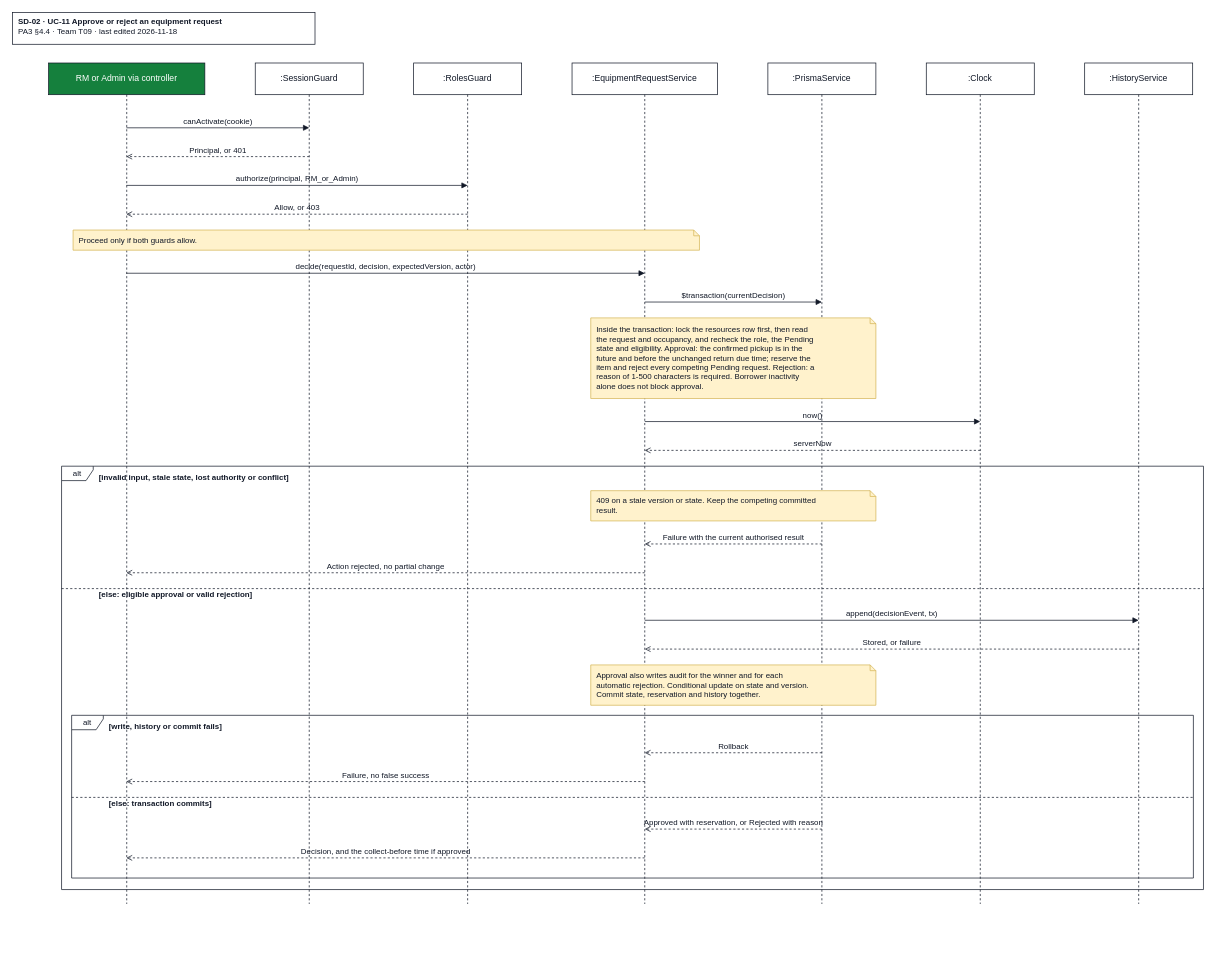
JuliaTrang/T09-CampusBorrow keeps this draw.io diagram as docs/design/diagrams/SD-02_uc11-approve-equipment.drawio. Above is the earlier version. Source tidied: cells renumbered, new cells numbered last; positions are measured from the earlier drawing's top-left corner, leaving out a move shared by most shapes. Both pictures are drawn from the tidied source at 72%, with x=0, y=0 at pixel (12, 12).
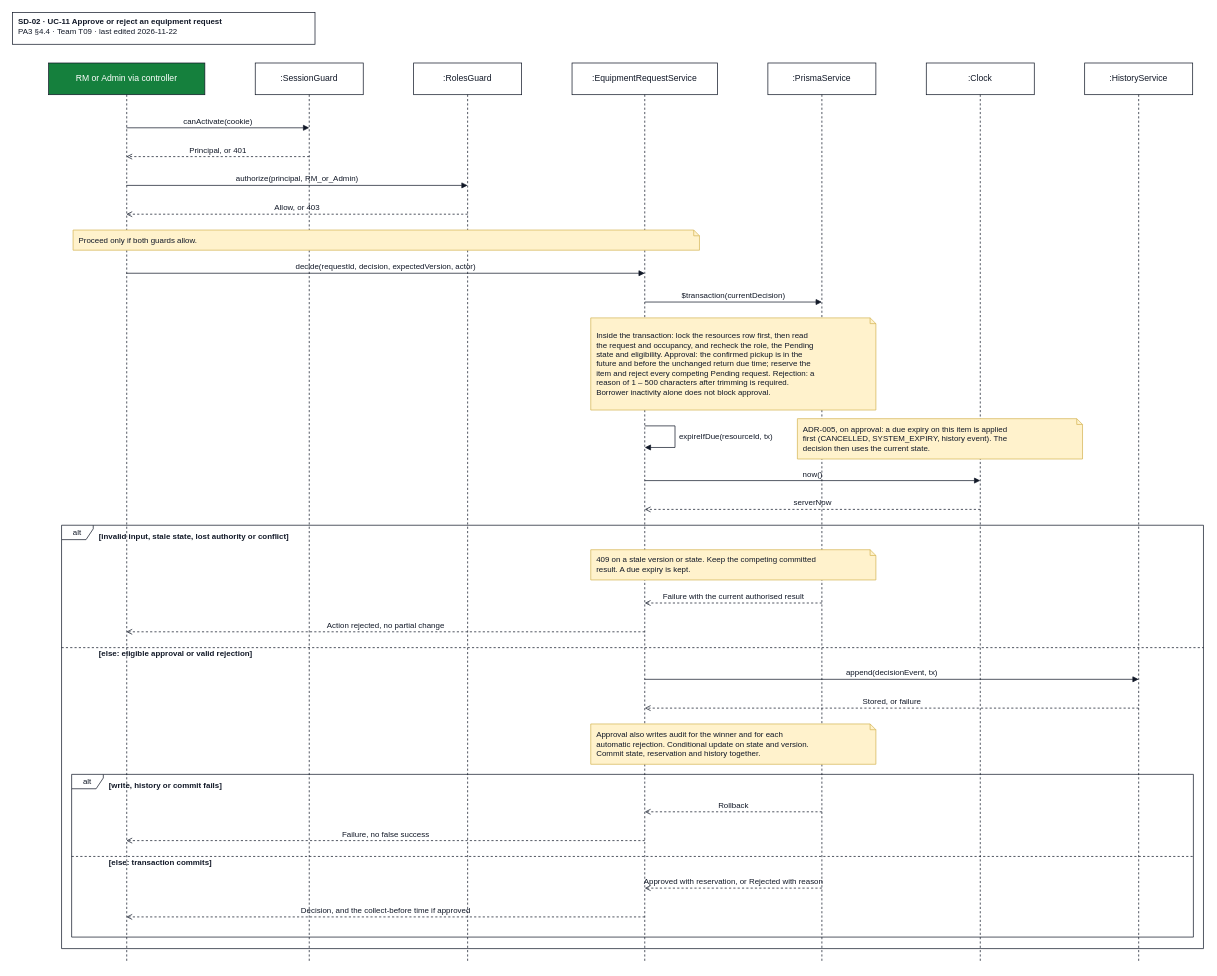
After the change.

What changed in the source:
```diff
@@
-    <mxCell id="2" value="&lt;b&gt;SD-02 · UC-11 Approve or reject an equipment request&lt;/b&gt;&lt;br&gt;PA3 §4.4 · Team T09 · last edited 2026-11-18" style="rounded=0;whiteSpace=wrap;html=1;align=left;verticalAlign=top;spacingLeft=6;strokeColor=#111827;fillColor=#ffffff;fontFamily=Arial;fontSize=11;fontColor=#111827;" parent="1" vertex="1">
+    <mxCell id="2" value="&lt;b&gt;SD-02 · UC-11 Approve or reject an equipment request&lt;/b&gt;&lt;br&gt;PA3 §4.4 · Team T09 · last edited 2026-11-22" style="rounded=0;whiteSpace=wrap;html=1;align=left;verticalAlign=top;spacingLeft=6;strokeColor=#111827;fillColor=#ffffff;fontFamily=Arial;fontSize=11;fontColor=#111827;" parent="1" vertex="1">
       <mxGeometry width="420" height="44" as="geometry" />
     </mxCell>
     <mxCell id="3" value="RM or Admin via controller" style="shape=umlLifeline;perimeter=lifelinePerimeter;whiteSpace=wrap;html=1;size=44;strokeColor=#111827;fillColor=#15803D;fontFamily=Arial;fontSize=12;fontColor=#ffffff;" parent="1" vertex="1">
-      <mxGeometry x="50" y="70" width="217" height="1168" as="geometry" />
+      <mxGeometry x="50" y="70" width="217" height="1250" as="geometry" />
     </mxCell>
     <mxCell id="4" value=":SessionGuard" style="shape=umlLifeline;perimeter=lifelinePerimeter;whiteSpace=wrap;html=1;size=44;strokeColor=#111827;fillColor=#ffffff;fontFamily=Arial;fontSize=12;fontColor=#111827;" parent="1" vertex="1">
-      <mxGeometry x="337" y="70" width="150" height="1168" as="geometry" />
+      <mxGeometry x="337" y="70" width="150" height="1250" as="geometry" />
     </mxCell>
     <mxCell id="5" value=":RolesGuard" style="shape=umlLifeline;perimeter=lifelinePerimeter;whiteSpace=wrap;html=1;size=44;strokeColor=#111827;fillColor=#ffffff;fontFamily=Arial;fontSize=12;fontColor=#111827;" parent="1" vertex="1">
-      <mxGeometry x="557" y="70" width="150" height="1168" as="geometry" />
+      <mxGeometry x="557" y="70" width="150" height="1250" as="geometry" />
     </mxCell>
     <mxCell id="6" value=":EquipmentRequestService" style="shape=umlLifeline;perimeter=lifelinePerimeter;whiteSpace=wrap;html=1;size=44;strokeColor=#111827;fillColor=#ffffff;fontFamily=Arial;fontSize=12;fontColor=#111827;" parent="1" vertex="1">
-      <mxGeometry x="777" y="70" width="202" height="1168" as="geometry" />
+      <mxGeometry x="777" y="70" width="202" height="1250" as="geometry" />
     </mxCell>
     <mxCell id="7" value=":PrismaService" style="shape=umlLifeline;perimeter=lifelinePerimeter;whiteSpace=wrap;html=1;size=44;strokeColor=#111827;fillColor=#ffffff;fontFamily=Arial;fontSize=12;fontColor=#111827;" parent="1" vertex="1">
-      <mxGeometry x="1049" y="70" width="150" height="1168" as="geometry" />
+      <mxGeometry x="1049" y="70" width="150" height="1250" as="geometry" />
     </mxCell>
     <mxCell id="8" value=":Clock" style="shape=umlLifeline;perimeter=lifelinePerimeter;whiteSpace=wrap;html=1;size=44;strokeColor=#111827;fillColor=#ffffff;fontFamily=Arial;fontSize=12;fontColor=#111827;" parent="1" vertex="1">
-      <mxGeometry x="1269" y="70" width="150" height="1168" as="geometry" />
+      <mxGeometry x="1269" y="70" width="150" height="1250" as="geometry" />
     </mxCell>
     <mxCell id="9" value=":HistoryService" style="shape=umlLifeline;perimeter=lifelinePerimeter;whiteSpace=wrap;html=1;size=44;strokeColor=#111827;fillColor=#ffffff;fontFamily=Arial;fontSize=12;fontColor=#111827;" parent="1" vertex="1">
-      <mxGeometry x="1489" y="70" width="150" height="1168" as="geometry" />
+      <mxGeometry x="1489" y="70" width="150" height="1250" as="geometry" />
     </mxCell>
     <mxCell id="10" value="alt" style="shape=umlFrame;whiteSpace=wrap;html=1;width=44;height=20;fillColor=none;strokeColor=#111827;fontFamily=Arial;fontSize=11;fontColor=#111827;" parent="1" vertex="1">
-      <mxGeometry x="82" y="976" width="1558" height="226" as="geometry" />
+      <mxGeometry x="82" y="1058" width="1558" height="226" as="geometry" />
     </mxCell>
     <mxCell id="11" value="[write, history or commit fails]" style="text;html=1;align=left;verticalAlign=middle;whiteSpace=wrap;fontStyle=1;fontFamily=Arial;fontSize=11;fontColor=#111827;" parent="1" vertex="1">
-      <mxGeometry x="132" y="982" width="1498" height="20" as="geometry" />
+      <mxGeometry x="132" y="1064" width="1498" height="20" as="geometry" />
     </mxCell>
     <mxCell id="12" value="[else: transaction commits]" style="text;html=1;align=left;verticalAlign=middle;whiteSpace=wrap;fontStyle=1;fontFamily=Arial;fontSize=11;fontColor=#111827;" parent="1" vertex="1">
-      <mxGeometry x="132" y="1088" width="1498" height="20" as="geometry" />
+      <mxGeometry x="132" y="1170" width="1498" height="20" as="geometry" />
     </mxCell>
     <mxCell id="13" style="endArrow=none;dashed=1;html=1;strokeColor=#111827;" parent="1" edge="1">
       <mxGeometry relative="1" as="geometry">
-        <mxPoint x="82" y="1090" as="sourcePoint" />
-        <mxPoint x="1640" y="1090" as="targetPoint" />
+        <mxPoint x="82" y="1172" as="sourcePoint" />
+        <mxPoint x="1640" y="1172" as="targetPoint" />
       </mxGeometry>
     </mxCell>
     <mxCell id="14" value="alt" style="shape=umlFrame;whiteSpace=wrap;html=1;width=44;height=20;fillColor=none;strokeColor=#111827;fontFamily=Arial;fontSize=11;fontColor=#111827;" parent="1" vertex="1">
-      <mxGeometry x="68" y="630" width="1586" height="588" as="geometry" />
+      <mxGeometry x="68" y="712" width="1586" height="588" as="geometry" />
     </mxCell>
     <mxCell id="15" value="[invalid input, stale state, lost authority or conflict]" style="text;html=1;align=left;verticalAlign=middle;whiteSpace=wrap;fontStyle=1;fontFamily=Arial;fontSize=11;fontColor=#111827;" parent="1" vertex="1">
-      <mxGeometry x="118" y="636" width="1526" height="20" as="geometry" />
+      <mxGeometry x="118" y="718" width="1526" height="20" as="geometry" />
     </mxCell>
     <mxCell id="16" value="[else: eligible approval or valid rejection]" style="text;html=1;align=left;verticalAlign=middle;whiteSpace=wrap;fontStyle=1;fontFamily=Arial;fontSize=11;fontColor=#111827;" parent="1" vertex="1">
-      <mxGeometry x="118" y="798" width="1526" height="20" as="geometry" />
+      <mxGeometry x="118" y="880" width="1526" height="20" as="geometry" />
     </mxCell>
     <mxCell id="17" style="endArrow=none;dashed=1;html=1;strokeColor=#111827;" parent="1" edge="1">
       <mxGeometry relative="1" as="geometry">
-        <mxPoint x="68" y="800" as="sourcePoint" />
-        <mxPoint x="1654" y="800" as="targetPoint" />
+        <mxPoint x="68" y="882" as="sourcePoint" />
+        <mxPoint x="1654" y="882" as="targetPoint" />
       </mxGeometry>
     </mxCell>
@@
-    <mxCell id="19" value="Inside the transaction: lock the resources row first, then read&lt;br&gt;the request and occupancy, and recheck the role, the Pending&lt;br&gt;state and eligibility. Approval: the confirmed pickup is in the&lt;br&gt;future and before the unchanged return due time; reserve the&lt;br&gt;item and reject every competing Pending request. Rejection: a&lt;br&gt;reason of 1-500 characters is required. Borrower inactivity&lt;br&gt;alone does not block approval." style="shape=note;size=8;whiteSpace=wrap;html=1;align=left;verticalAlign=middle;spacingLeft=6;fillColor=#fff2cc;strokeColor=#d6b656;fontFamily=Arial;fontSize=11;fontColor=#111827;" parent="1" vertex="1">
-      <mxGeometry x="803" y="424" width="396" height="112" as="geometry" />
+    <mxCell id="19" value="Inside the transaction: lock the resources row first, then read&lt;br&gt;the request and occupancy, and recheck the role, the Pending&lt;br&gt;state and eligibility. Approval: the confirmed pickup is in the&lt;br&gt;future and before the unchanged return due time; reserve the&lt;br&gt;item and reject every competing Pending request. Rejection: a&lt;br&gt;reason of 1 – 500 characters after trimming is required.&lt;br&gt;Borrower inactivity alone does not block approval." style="shape=note;size=8;whiteSpace=wrap;html=1;align=left;verticalAlign=middle;spacingLeft=6;fillColor=#fff2cc;strokeColor=#d6b656;fontFamily=Arial;fontSize=11;fontColor=#111827;" parent="1" vertex="1">
+      <mxGeometry x="803" y="424" width="396" height="128" as="geometry" />
     </mxCell>
-    <mxCell id="20" value="409 on a stale version or state. Keep the competing committed&lt;br&gt;result." style="shape=note;size=8;whiteSpace=wrap;html=1;align=left;verticalAlign=middle;spacingLeft=6;fillColor=#fff2cc;strokeColor=#d6b656;fontFamily=Arial;fontSize=11;fontColor=#111827;" parent="1" vertex="1">
-      <mxGeometry x="803" y="664" width="396" height="42" as="geometry" />
+    <mxCell id="20" value="409 on a stale version or state. Keep the competing committed&lt;br&gt;result. A due expiry is kept." style="shape=note;size=8;whiteSpace=wrap;html=1;align=left;verticalAlign=middle;spacingLeft=6;fillColor=#fff2cc;strokeColor=#d6b656;fontFamily=Arial;fontSize=11;fontColor=#111827;" parent="1" vertex="1">
+      <mxGeometry x="803" y="746" width="396" height="42" as="geometry" />
     </mxCell>
     <mxCell id="21" value="Approval also writes audit for the winner and for each&lt;br&gt;automatic rejection. Conditional update on state and version.&lt;br&gt;Commit state, reservation and history together." style="shape=note;size=8;whiteSpace=wrap;html=1;align=left;verticalAlign=middle;spacingLeft=6;fillColor=#fff2cc;strokeColor=#d6b656;fontFamily=Arial;fontSize=11;fontColor=#111827;" parent="1" vertex="1">
-      <mxGeometry x="803" y="906" width="396" height="56" as="geometry" />
+      <mxGeometry x="803" y="988" width="396" height="56" as="geometry" />
     </mxCell>
@@
     <mxCell id="28" value="now()" style="html=1;verticalAlign=bottom;labelBackgroundColor=none;strokeColor=#111827;fontFamily=Arial;fontSize=11;fontColor=#111827;endArrow=block;endFill=1;" parent="1" edge="1">
       <mxGeometry relative="1" as="geometry">
-        <mxPoint x="878" y="568" as="sourcePoint" />
-        <mxPoint x="1344" y="568" as="targetPoint" />
+        <mxPoint x="878" y="650" as="sourcePoint" />
+        <mxPoint x="1344" y="650" as="targetPoint" />
       </mxGeometry>
     </mxCell>
     <mxCell id="29" value="serverNow" style="html=1;verticalAlign=bottom;labelBackgroundColor=none;strokeColor=#111827;fontFamily=Arial;fontSize=11;fontColor=#111827;dashed=1;endArrow=open;endFill=0;" parent="1" edge="1">
       <mxGeometry relative="1" as="geometry">
-        <mxPoint x="1344" y="608" as="sourcePoint" />
-        <mxPoint x="878" y="608" as="targetPoint" />
+        <mxPoint x="1344" y="690" as="sourcePoint" />
+        <mxPoint x="878" y="690" as="targetPoint" />
       </mxGeometry>
     </mxCell>
     <mxCell id="30" value="Failure with the current authorised result" style="html=1;verticalAlign=bottom;labelBackgroundColor=none;strokeColor=#111827;fontFamily=Arial;fontSize=11;fontColor=#111827;dashed=1;endArrow=open;endFill=0;" parent="1" edge="1">
       <mxGeometry relative="1" as="geometry">
-        <mxPoint x="1124" y="738" as="sourcePoint" />
-        <mxPoint x="878" y="738" as="targetPoint" />
+        <mxPoint x="1124" y="820" as="sourcePoint" />
+        <mxPoint x="878" y="820" as="targetPoint" />
       </mxGeometry>
     </mxCell>
     <mxCell id="31" value="Action rejected, no partial change" style="html=1;verticalAlign=bottom;labelBackgroundColor=none;strokeColor=#111827;fontFamily=Arial;fontSize=11;fontColor=#111827;dashed=1;endArrow=open;endFill=0;" parent="1" edge="1">
       <mxGeometry relative="1" as="geometry">
-        <mxPoint x="878" y="778" as="sourcePoint" />
-        <mxPoint x="158" y="778" as="targetPoint" />
+        <mxPoint x="878" y="860" as="sourcePoint" />
+        <mxPoint x="158" y="860" as="targetPoint" />
       </mxGeometry>
     </mxCell>
     <mxCell id="32" value="append(decisionEvent, tx)" style="html=1;verticalAlign=bottom;labelBackgroundColor=none;strokeColor=#111827;fontFamily=Arial;fontSize=11;fontColor=#111827;endArrow=block;endFill=1;" parent="1" edge="1">
       <mxGeometry relative="1" as="geometry">
-        <mxPoint x="878" y="844" as="sourcePoint" />
-        <mxPoint x="1564" y="844" as="targetPoint" />
+        <mxPoint x="878" y="926" as="sourcePoint" />
+        <mxPoint x="1564" y="926" as="targetPoint" />
       </mxGeometry>
     </mxCell>
     <mxCell id="33" value="Stored, or failure" style="html=1;verticalAlign=bottom;labelBackgroundColor=none;strokeColor=#111827;fontFamily=Arial;fontSize=11;fontColor=#111827;dashed=1;endArrow=open;endFill=0;" parent="1" edge="1">
       <mxGeometry relative="1" as="geometry">
-        <mxPoint x="1564" y="884" as="sourcePoint" />
-        <mxPoint x="878" y="884" as="targetPoint" />
+        <mxPoint x="1564" y="966" as="sourcePoint" />
+        <mxPoint x="878" y="966" as="targetPoint" />
       </mxGeometry>
     </mxCell>
     <mxCell id="34" value="Rollback" style="html=1;verticalAlign=bottom;labelBackgroundColor=none;strokeColor=#111827;fontFamily=Arial;fontSize=11;fontColor=#111827;dashed=1;endArrow=open;endFill=0;" parent="1" edge="1">
       <mxGeometry relative="1" as="geometry">
-        <mxPoint x="1124" y="1028" as="sourcePoint" />
-        <mxPoint x="878" y="1028" as="targetPoint" />
+        <mxPoint x="1124" y="1110" as="sourcePoint" />
+        <mxPoint x="878" y="1110" as="targetPoint" />
       </mxGeometry>
     </mxCell>
     <mxCell id="35" value="Failure, no false success" style="html=1;verticalAlign=bottom;labelBackgroundColor=none;strokeColor=#111827;fontFamily=Arial;fontSize=11;fontColor=#111827;dashed=1;endArrow=open;endFill=0;" parent="1" edge="1">
       <mxGeometry relative="1" as="geometry">
-        <mxPoint x="878" y="1068" as="sourcePoint" />
-        <mxPoint x="158" y="1068" as="targetPoint" />
+        <mxPoint x="878" y="1150" as="sourcePoint" />
+        <mxPoint x="158" y="1150" as="targetPoint" />
       </mxGeometry>
     </mxCell>
     <mxCell id="36" value="Approved with reservation, or Rejected with reason" style="html=1;verticalAlign=bottom;labelBackgroundColor=none;strokeColor=#111827;fontFamily=Arial;fontSize=11;fontColor=#111827;dashed=1;endArrow=open;endFill=0;" parent="1" edge="1">
       <mxGeometry relative="1" as="geometry">
-        <mxPoint x="1124" y="1134" as="sourcePoint" />
-        <mxPoint x="878" y="1134" as="targetPoint" />
+        <mxPoint x="1124" y="1216" as="sourcePoint" />
+        <mxPoint x="878" y="1216" as="targetPoint" />
       </mxGeometry>
     </mxCell>
     <mxCell id="37" value="Decision, and the collect-before time if approved" style="html=1;verticalAlign=bottom;labelBackgroundColor=none;strokeColor=#111827;fontFamily=Arial;fontSize=11;fontColor=#111827;dashed=1;endArrow=open;endFill=0;" parent="1" edge="1">
       <mxGeometry relative="1" as="geometry">
-        <mxPoint x="878" y="1174" as="sourcePoint" />
-        <mxPoint x="158" y="1174" as="targetPoint" />
+        <mxPoint x="878" y="1256" as="sourcePoint" />
+        <mxPoint x="158" y="1256" as="targetPoint" />
       </mxGeometry>
     </mxCell>
+    <mxCell id="38" value="expireIfDue(resourceId, tx)" style="html=1;align=left;spacingLeft=4;verticalAlign=middle;labelBackgroundColor=none;strokeColor=#111827;fontFamily=Arial;fontSize=11;fontColor=#111827;endArrow=block;endFill=1;rounded=0;" parent="1" edge="1">
+      <mxGeometry relative="1" as="geometry">
+        <mxPoint x="878" y="574" as="sourcePoint" />
+        <mxPoint x="878" y="604" as="targetPoint" />
+        <Array as="points">
+          <mxPoint x="920" y="574" />
+          <mxPoint x="920" y="604" />
+        </Array>
+      </mxGeometry>
+    </mxCell>
+    <mxCell id="39" value="ADR-005, on approval: a due expiry on this item is applied&lt;br&gt;first (CANCELLED, SYSTEM_EXPIRY, history event). The&lt;br&gt;decision then uses the current state." style="shape=note;size=8;whiteSpace=wrap;html=1;align=left;verticalAlign=middle;spacingLeft=6;fillColor=#fff2cc;strokeColor=#d6b656;fontFamily=Arial;fontSize=11;fontColor=#111827;" parent="1" vertex="1">
+      <mxGeometry x="1090" y="564" width="396" height="56" as="geometry" />
+    </mxCell>
```
